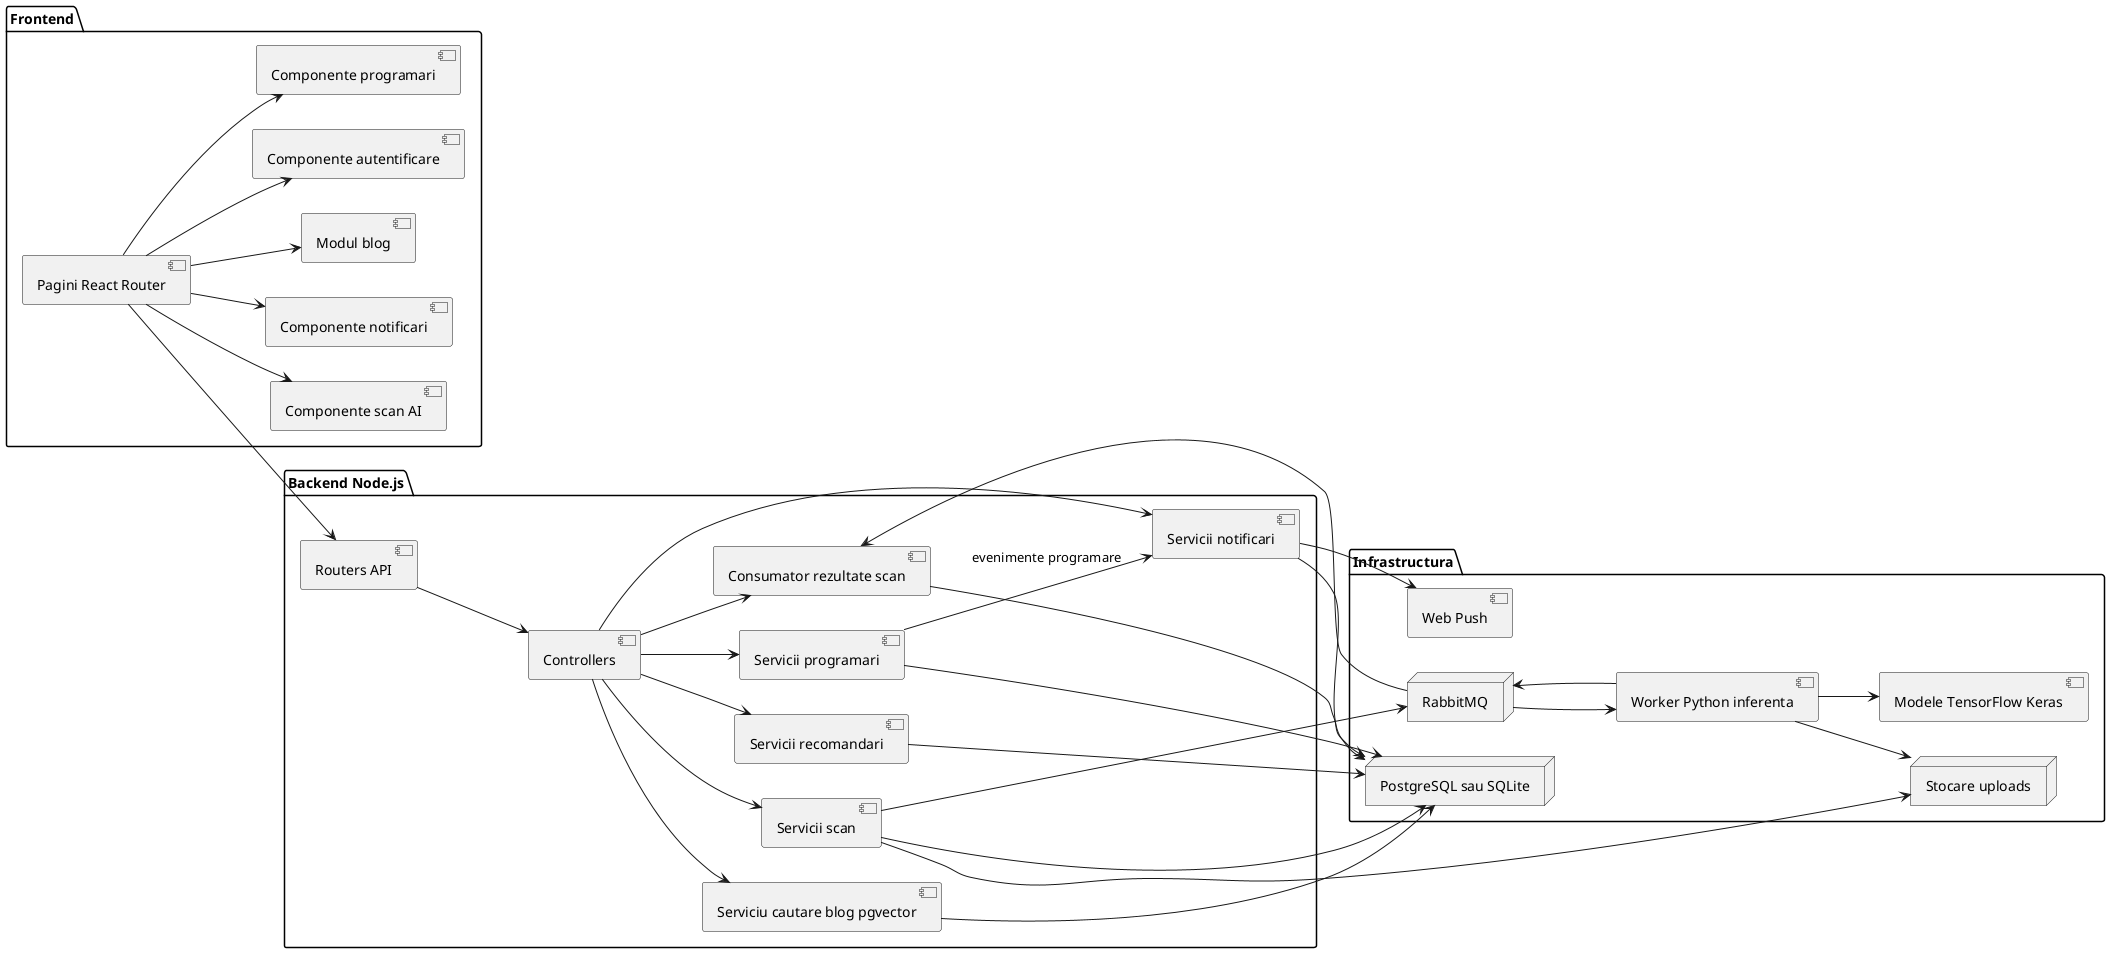
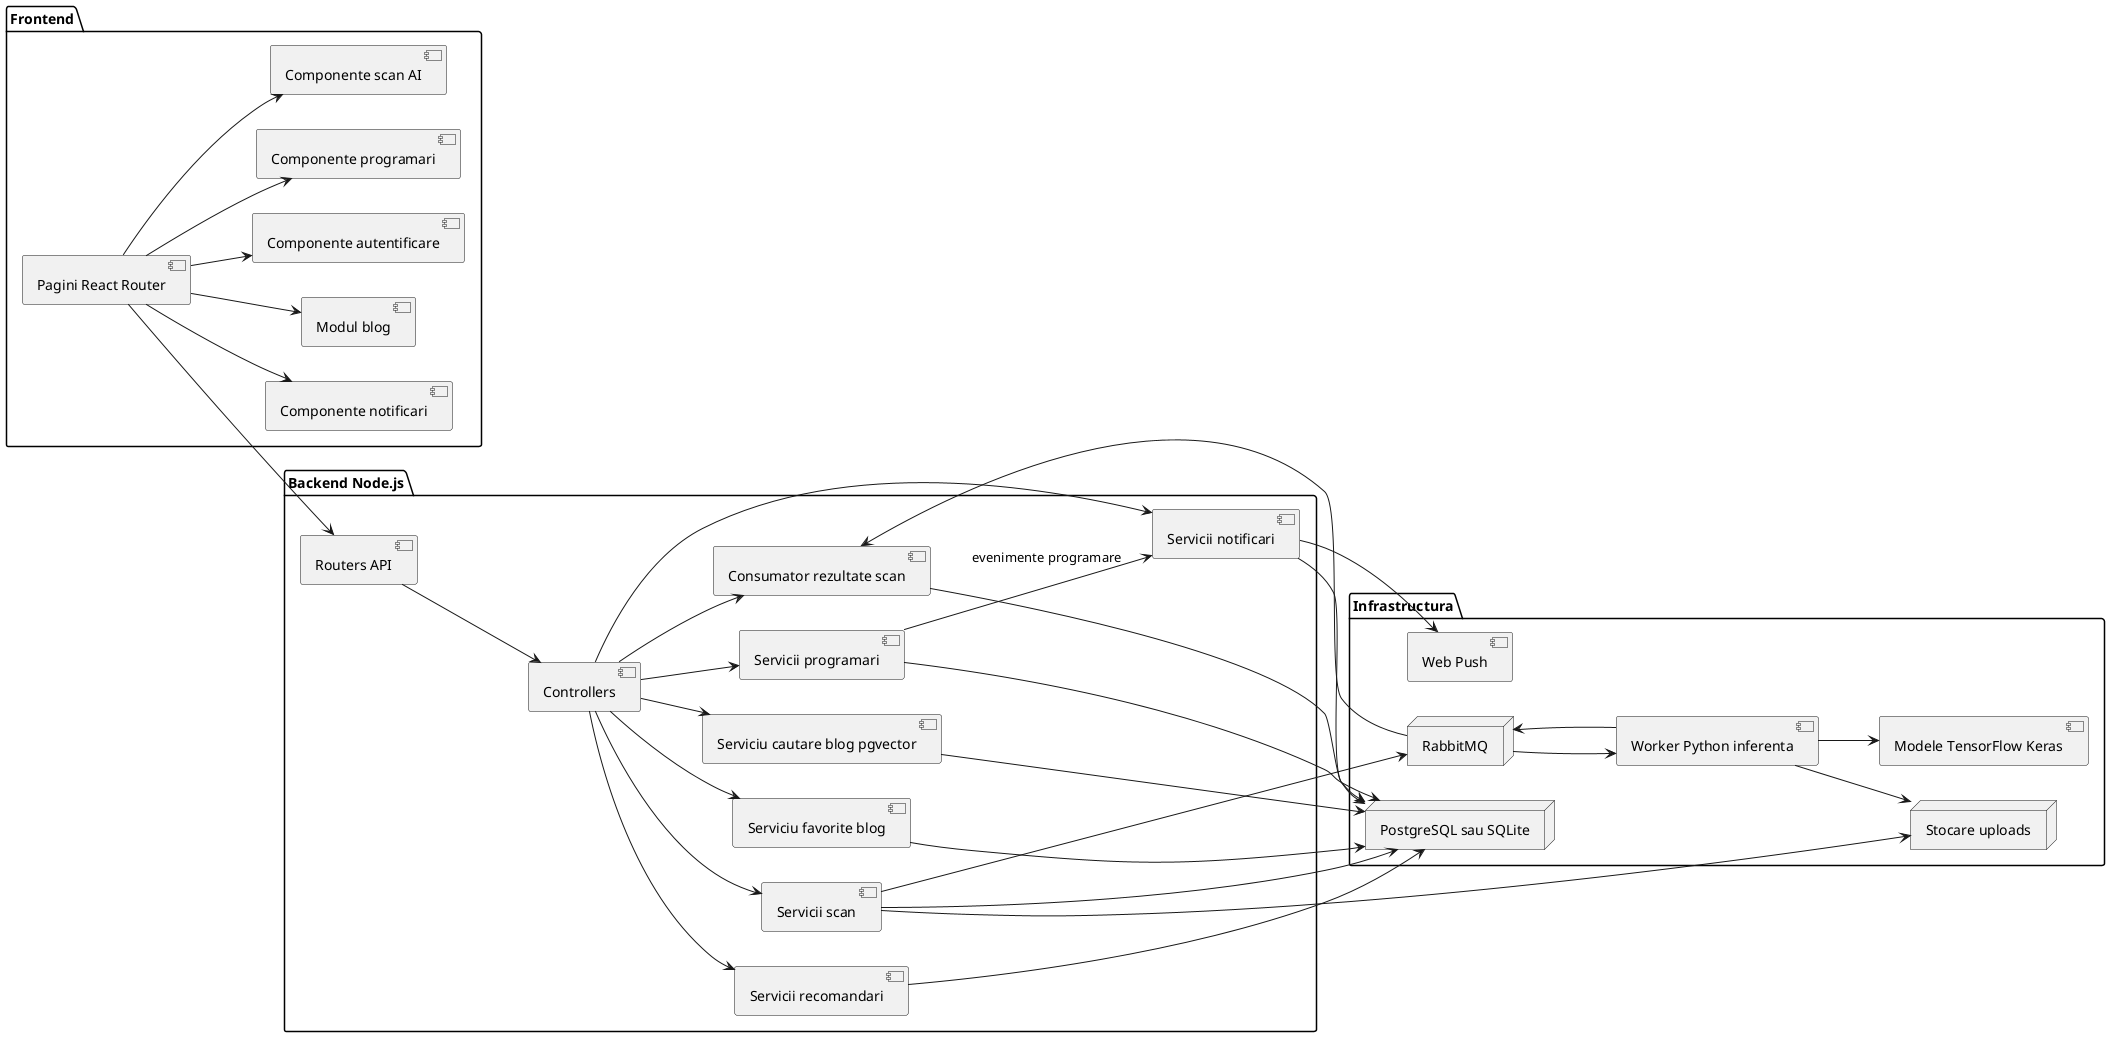
@startuml
left to right direction

package "Frontend" {
  [Pagini React Router] as Pages
  [Componente autentificare] as AuthComp
  [Componente programari] as AppComp
  [Componente scan AI] as ScanComp
  [Componente notificari] as NotifComp
  [Modul blog] as BlogComp
}

package "Backend Node.js" {
  [Routers API] as Routers
  [Controllers] as Controllers
  [Servicii programari] as AppointmentSvc
  [Servicii scan] as ScanSvc
  [Servicii notificari] as NotifSvc
  [Servicii recomandari] as RecoSvc
  [Serviciu cautare blog pgvector] as BlogSearchSvc
+   [Serviciu favorite blog] as BlogFavoriteSvc
  [Consumator rezultate scan] as ScanResultConsumer
}

package "Infrastructura" {
  node "PostgreSQL sau SQLite" as DB
  node "RabbitMQ" as MQ
  node "Stocare uploads" as Uploads
  [Worker Python inferenta] as Worker
  [Modele TensorFlow Keras] as Models
  [Web Push] as Push
}

Pages --> AuthComp
Pages --> AppComp
Pages --> ScanComp
Pages --> NotifComp
Pages --> BlogComp

Pages --> Routers
Routers --> Controllers
Controllers --> AppointmentSvc
Controllers --> ScanSvc
Controllers --> NotifSvc
Controllers --> RecoSvc
Controllers --> BlogSearchSvc
+ Controllers --> BlogFavoriteSvc
Controllers --> ScanResultConsumer

AppointmentSvc --> DB
AppointmentSvc --> NotifSvc : evenimente programare
ScanSvc --> DB
NotifSvc --> DB
RecoSvc --> DB
BlogSearchSvc --> DB
+ BlogFavoriteSvc --> DB
ScanResultConsumer --> DB

ScanSvc --> Uploads
ScanSvc --> MQ
MQ --> Worker
Worker --> Models
Worker --> Uploads
Worker --> MQ
MQ --> ScanResultConsumer
NotifSvc --> Push

@enduml